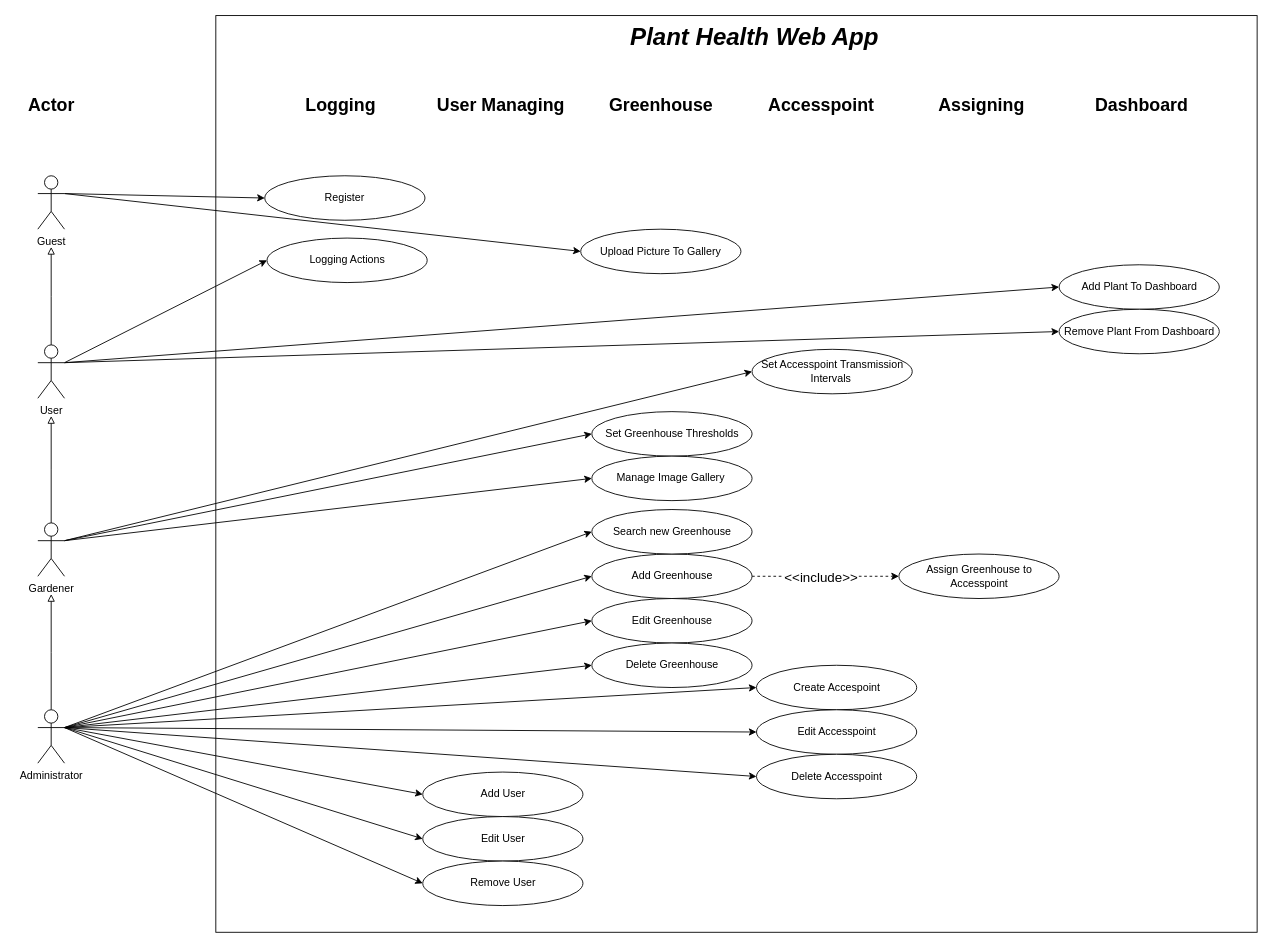
Earlier version of the draw.io diagram SWconcept/use case/diagram.drawio (Fasghgfja/skeletonwithRain). Source tidied: cells renumbered, new cells numbered last; positions are measured from the earlier drawing's top-left corner, leaving out a move shared by most shapes. Both pictures are drawn from the tidied source at 89%, with x=0, y=0 at pixel (15, 15).
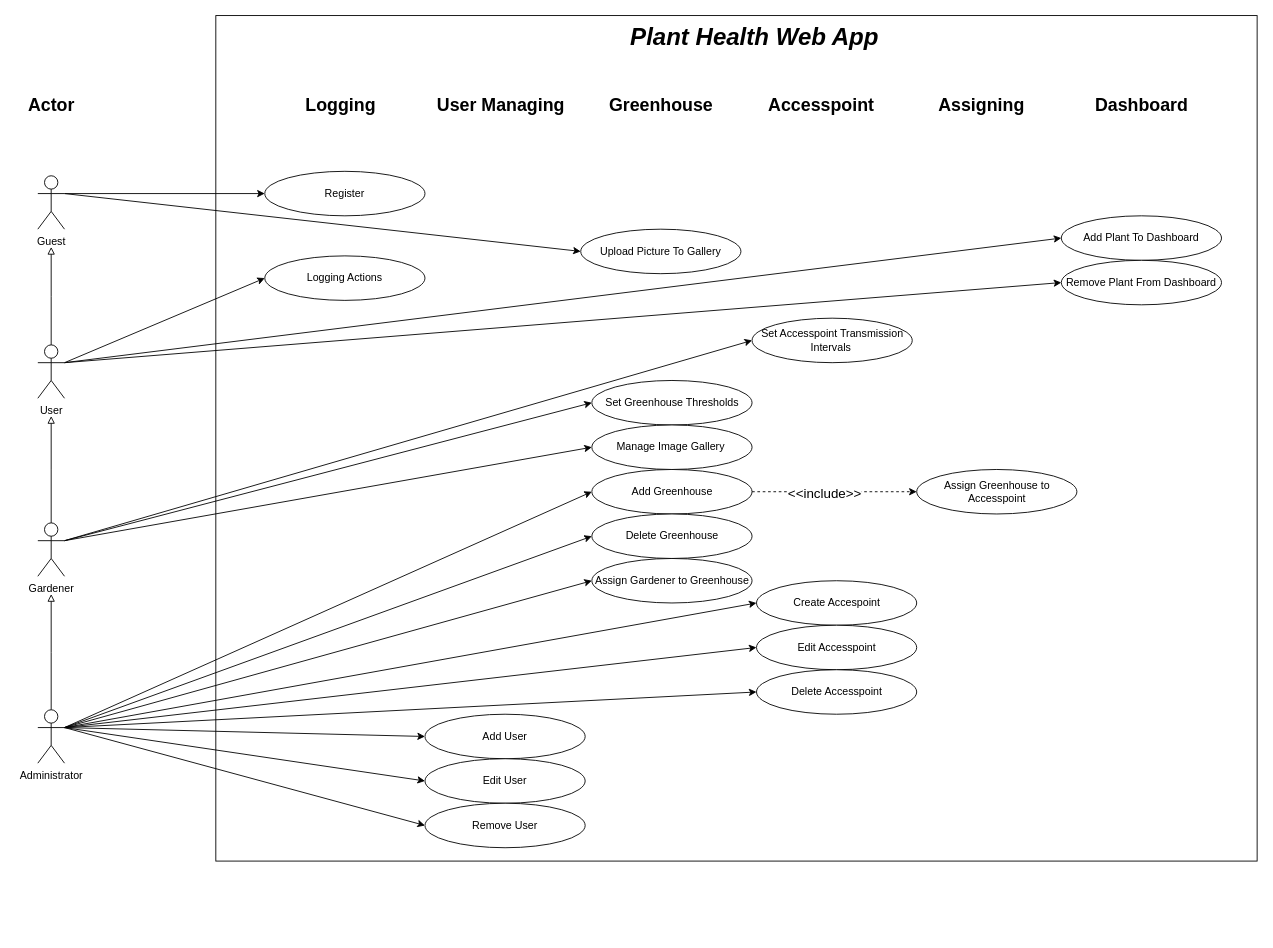
Above is the later version.

Commit message (it also covers changes not shown here):
updated diagram.drawio updated use case written (need review)

Unchanged cells that the change refers to:
```xml
<mxCell id="14" value="Administrator&lt;br&gt;" style="shape=umlActor;verticalLabelPosition=bottom;verticalAlign=top;html=1;outlineConnect=0;" parent="1" vertex="1">
  <mxGeometry x="25" y="780" width="30" height="60" as="geometry" />
</mxCell>
```

Change to the diagram source:
```diff
@@
     <mxCell id="2" style="rounded=0;whiteSpace=wrap;html=1;direction=south;" parent="1" vertex="1">
-      <mxGeometry x="225" width="1170" height="1030" as="geometry" />
+      <mxGeometry x="225" width="1170" height="950" as="geometry" />
     </mxCell>
@@
-    <mxCell id="11" style="rounded=0;jettySize=auto;html=1;exitX=1;exitY=0.3333333333333333;exitDx=0;exitDy=0;exitPerimeter=0;entryX=0;entryY=0.5;entryDx=0;entryDy=0;" parent="1" edge="1" source="14" target="38">
-      <mxGeometry relative="1" as="geometry" />
-    </mxCell>
@@
     <mxCell id="28" value="Add User" style="ellipse;whiteSpace=wrap;html=1;" parent="1" vertex="1">
-      <mxGeometry x="457.5" y="850" width="180" height="50" as="geometry" />
+      <mxGeometry x="460" y="785" width="180" height="50" as="geometry" />
     </mxCell>
     <mxCell id="29" value="Edit User" style="ellipse;whiteSpace=wrap;html=1;" parent="1" vertex="1">
-      <mxGeometry x="457.5" y="900" width="180" height="50" as="geometry" />
+      <mxGeometry x="460" y="835" width="180" height="50" as="geometry" />
     </mxCell>
     <mxCell id="30" value="Remove User" style="ellipse;whiteSpace=wrap;html=1;" parent="1" vertex="1">
-      <mxGeometry x="457.5" y="950" width="180" height="50" as="geometry" />
+      <mxGeometry x="460" y="885" width="180" height="50" as="geometry" />
     </mxCell>
     <mxCell id="31" style="edgeStyle=orthogonalEdgeStyle;rounded=0;jettySize=auto;html=1;exitX=1;exitY=0.5;exitDx=0;exitDy=0;entryX=0;entryY=0.5;entryDx=0;entryDy=0;dashed=1;" parent="1" edge="1" source="33" target="55">
       <mxGeometry relative="1" as="geometry">
         <Array as="points">
-          <mxPoint x="975" y="630" />
-          <mxPoint x="975" y="630" />
+          <mxPoint x="975" y="535" />
+          <mxPoint x="975" y="535" />
         </Array>
       </mxGeometry>
     </mxCell>
@@
     <mxCell id="33" value="Add Greenhouse" style="ellipse;whiteSpace=wrap;html=1;" parent="1" vertex="1">
-      <mxGeometry x="647.5" y="605" width="180" height="50" as="geometry" />
+      <mxGeometry x="647.5" y="510" width="180" height="50" as="geometry" />
     </mxCell>
-    <mxCell id="34" value="Edit Greenhouse" style="ellipse;whiteSpace=wrap;html=1;" parent="1" vertex="1">
-      <mxGeometry x="647.5" y="655" width="180" height="50" as="geometry" />
+    <mxCell id="34" value="Delete Greenhouse" style="ellipse;whiteSpace=wrap;html=1;" parent="1" vertex="1">
+      <mxGeometry x="647.5" y="560" width="180" height="50" as="geometry" />
     </mxCell>
     <mxCell id="35" value="Create Accespoint" style="ellipse;whiteSpace=wrap;html=1;" parent="1" vertex="1">
-      <mxGeometry x="832.5" y="730" width="180" height="50" as="geometry" />
+      <mxGeometry x="832.5" y="635" width="180" height="50" as="geometry" />
     </mxCell>
     <mxCell id="36" value="Edit Accesspoint" style="ellipse;whiteSpace=wrap;html=1;" parent="1" vertex="1">
-      <mxGeometry x="832.5" y="780" width="180" height="50" as="geometry" />
+      <mxGeometry x="832.5" y="685" width="180" height="50" as="geometry" />
     </mxCell>
     <mxCell id="37" value="Delete Accesspoint" style="ellipse;whiteSpace=wrap;html=1;" parent="1" vertex="1">
-      <mxGeometry x="832.5" y="830" width="180" height="50" as="geometry" />
+      <mxGeometry x="832.5" y="735" width="180" height="50" as="geometry" />
     </mxCell>
-    <mxCell id="38" value="Search new Greenhouse" style="ellipse;whiteSpace=wrap;html=1;" parent="1" vertex="1">
-      <mxGeometry x="647.5" y="555" width="180" height="50" as="geometry" />
-    </mxCell>
     <mxCell id="39" value="Set Accesspoint Transmission Intervals&amp;nbsp;" style="ellipse;whiteSpace=wrap;html=1;" parent="1" vertex="1">
-      <mxGeometry x="827.5" y="375" width="180" height="50" as="geometry" />
+      <mxGeometry x="827.5" y="340" width="180" height="50" as="geometry" />
     </mxCell>
     <mxCell id="40" value="Set Greenhouse Thresholds" style="ellipse;whiteSpace=wrap;html=1;" parent="1" vertex="1">
-      <mxGeometry x="647.5" y="445" width="180" height="50" as="geometry" />
+      <mxGeometry x="647.5" y="410" width="180" height="50" as="geometry" />
     </mxCell>
     <mxCell id="41" value="Manage Image Gallery&amp;nbsp;" style="ellipse;whiteSpace=wrap;html=1;" parent="1" vertex="1">
-      <mxGeometry x="647.5" y="495" width="180" height="50" as="geometry" />
+      <mxGeometry x="647.5" y="460" width="180" height="50" as="geometry" />
     </mxCell>
     <mxCell id="42" value="Add Plant To Dashboard" style="ellipse;whiteSpace=wrap;html=1;" parent="1" vertex="1">
-      <mxGeometry x="1172.5" y="280" width="180" height="50" as="geometry" />
+      <mxGeometry x="1175" y="225" width="180" height="50" as="geometry" />
     </mxCell>
     <mxCell id="43" value="Remove Plant From Dashboard" style="ellipse;whiteSpace=wrap;html=1;" parent="1" vertex="1">
-      <mxGeometry x="1172.5" y="330" width="180" height="50" as="geometry" />
+      <mxGeometry x="1175" y="275" width="180" height="50" as="geometry" />
     </mxCell>
@@
     <mxCell id="45" value="Register" style="ellipse;whiteSpace=wrap;html=1;" parent="1" vertex="1">
-      <mxGeometry x="280" y="180" width="180" height="50" as="geometry" />
+      <mxGeometry x="280" y="175" width="180" height="50" as="geometry" />
     </mxCell>
     <mxCell id="46" value="Logging Actions" style="ellipse;whiteSpace=wrap;html=1;" parent="1" vertex="1">
-      <mxGeometry x="282.5" y="250" width="180" height="50" as="geometry" />
+      <mxGeometry x="280" y="270" width="180" height="50" as="geometry" />
     </mxCell>
@@
-    <mxCell id="54" value="Delete Greenhouse" style="ellipse;whiteSpace=wrap;html=1;" parent="1" vertex="1">
-      <mxGeometry x="647.5" y="705" width="180" height="50" as="geometry" />
+    <mxCell id="54" value="Assign Gardener to Greenhouse" style="ellipse;whiteSpace=wrap;html=1;" parent="1" vertex="1">
+      <mxGeometry x="647.5" y="610" width="180" height="50" as="geometry" />
     </mxCell>
     <mxCell id="55" value="Assign Greenhouse to Accesspoint" style="ellipse;whiteSpace=wrap;html=1;" parent="1" vertex="1">
-      <mxGeometry x="992.5" y="605" width="180" height="50" as="geometry" />
+      <mxGeometry x="1012.5" y="510" width="180" height="50" as="geometry" />
     </mxCell>
```
